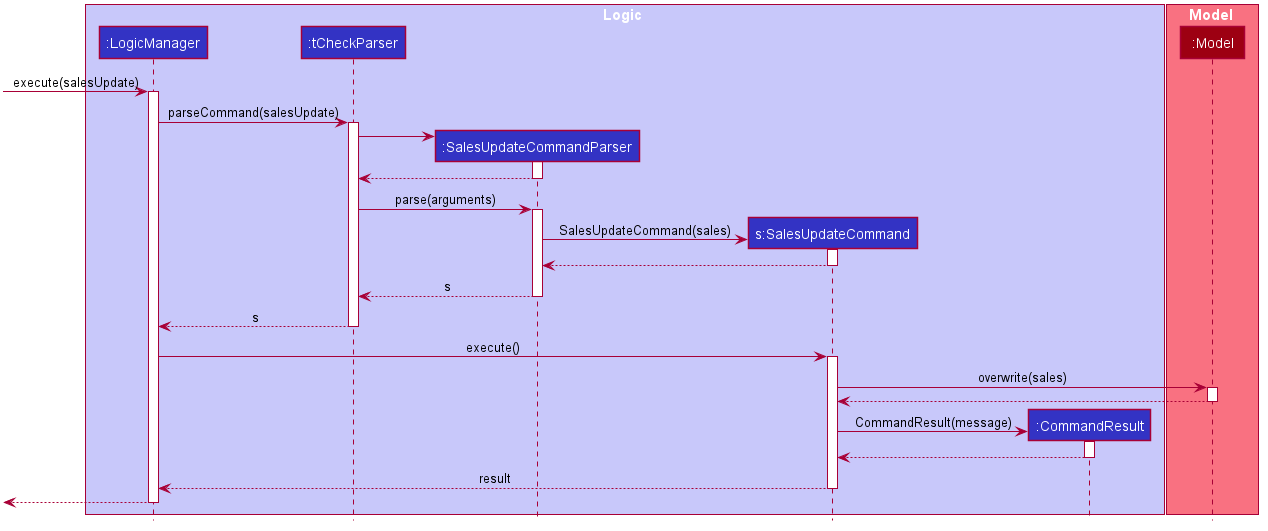
Before: docs/images/SalesUpdateSequenceDiagram.png, a diagram exported from PlantUML (nus-cs2103-AY2021S1/tp). The source it was exported from:
```plantuml
@startuml








skinparam BackgroundColor #FFFFFFF

skinparam Shadowing false

skinparam Class {
    FontColor #FFFFFF
    BorderThickness 1
    BorderColor #FFFFFF
    StereotypeFontColor #FFFFFF
    FontName Arial
}

skinparam Actor {
    BorderColor #000000
    Color #000000
    FontName Arial
}

skinparam Sequence {
    MessageAlign center
    BoxFontSize 15
    BoxPadding 0
    BoxFontColor #FFFFFF
    FontName Arial
}

skinparam Participant {
    FontColor #FFFFFFF
    Padding 20
}

skinparam MinClassWidth 50
skinparam ParticipantPadding 10
skinparam Shadowing false
skinparam DefaultTextAlignment center
skinparam packageStyle Rectangle

hide footbox
hide members
hide circle

box Logic #C8C8FA
participant ":LogicManager" as LogicManager #3333C4
participant ":tCheckParser" as tCheckParser #3333C4
participant ":SalesUpdateCommandParser" as SalesUpdateCommandParser #3333C4
participant "s:SalesUpdateCommand" as SalesUpdateCommand #3333C4
participant ":CommandResult" as CommandResult #3333C4

end box

box Model #F97181
participant ":Model" as Model #9D0012
end box

[-> LogicManager : execute(salesUpdate)
activate LogicManager

LogicManager -> tCheckParser : parseCommand(salesUpdate)
activate tCheckParser

create SalesUpdateCommandParser
tCheckParser -> SalesUpdateCommandParser
activate SalesUpdateCommandParser

SalesUpdateCommandParser --> tCheckParser
deactivate SalesUpdateCommandParser

tCheckParser -> SalesUpdateCommandParser : parse(arguments)
activate SalesUpdateCommandParser

create SalesUpdateCommand
SalesUpdateCommandParser -> SalesUpdateCommand : SalesUpdateCommand(sales)
activate SalesUpdateCommand

SalesUpdateCommand --> SalesUpdateCommandParser
deactivate SalesUpdateCommand

SalesUpdateCommandParser --> tCheckParser : s
deactivate SalesUpdateCommandParser

tCheckParser --> LogicManager : s
deactivate tCheckParser

LogicManager -> SalesUpdateCommand : execute()
activate SalesUpdateCommand

SalesUpdateCommand -> Model : overwrite(sales)
activate Model

Model --> SalesUpdateCommand :
deactivate Model

create CommandResult
SalesUpdateCommand -> CommandResult : CommandResult(message)
activate CommandResult

CommandResult --> SalesUpdateCommand
deactivate CommandResult

SalesUpdateCommand --> LogicManager : result
deactivate SalesUpdateCommand

[<--LogicManager
deactivate LogicManager
@enduml
```
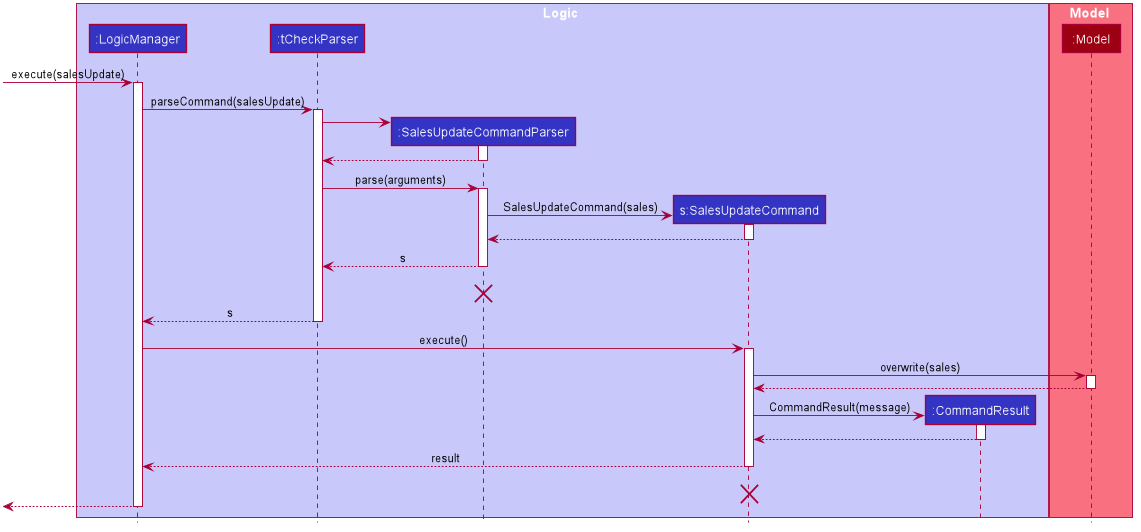
Later version of the same file.

Commit message:
Add end of lifeline in SalesUpdateSequenceDiagram

What changed in the source:
```diff
@@ -87,6 +87,9 @@
 SalesUpdateCommandParser --> tCheckParser : s
 deactivate SalesUpdateCommandParser
 
+SalesUpdateCommandParser -[hidden]-> LogicManager : result
+destroy SalesUpdateCommandParser
+
 tCheckParser --> LogicManager : s
 deactivate tCheckParser
 
@@ -109,6 +112,9 @@
 SalesUpdateCommand --> LogicManager : result
 deactivate SalesUpdateCommand
 
+SalesUpdateCommand -[hidden]-> LogicManager : result
+destroy SalesUpdateCommand
+
 [<--LogicManager
 deactivate LogicManager
 @enduml
```
